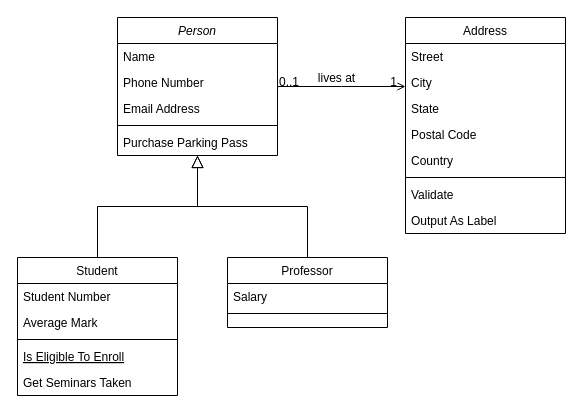
Before: Untitled Diagram.drawio in duxiaohe/material, a draw.io diagram. Source tidied: cells renumbered, new cells numbered last; positions are measured from the earlier drawing's top-left corner, leaving out a move shared by most shapes. Both pictures are drawn from the tidied source at 100%, with x=0, y=0 at pixel (17, 17).
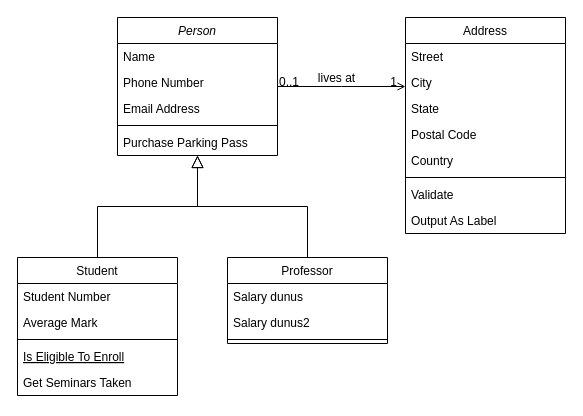
The same diagram, later.

What changed in the source:
```diff
@@
     <mxCell id="15" value="Professor" style="swimlane;fontStyle=0;align=center;verticalAlign=top;horizontal=1;startSize=26;rounded=0;shadow=0;strokeWidth=1;" parent="1" vertex="1">
-      <mxGeometry x="210" y="240" width="160" height="70" as="geometry" />
+      <mxGeometry x="210" y="240" width="160" height="86" as="geometry" />
     </mxCell>
-    <mxCell id="16" value="Salary" style="text;align=left;verticalAlign=top;spacingLeft=4;spacingRight=4;overflow=hidden;" parent="15" vertex="1">
+    <mxCell id="16" value="Salary dunus" style="text;align=left;verticalAlign=top;spacingLeft=4;spacingRight=4;overflow=hidden;" parent="15" vertex="1">
       <mxGeometry y="26" width="160" height="26" as="geometry" />
     </mxCell>
+    <mxCell id="32" value="Salary dunus2" style="text;align=left;verticalAlign=top;spacingLeft=4;spacingRight=4;overflow=hidden;" parent="15" vertex="1">
+      <mxGeometry y="52" width="160" height="26" as="geometry" />
+    </mxCell>
     <mxCell id="17" style="line;html=1;strokeWidth=1;align=left;verticalAlign=middle;spacingTop=-1;spacingLeft=3;spacingRight=3;labelPosition=right;" parent="15" vertex="1">
-      <mxGeometry y="52" width="160" height="8" as="geometry" />
+      <mxGeometry y="78" width="160" height="8" as="geometry" />
     </mxCell>
```
